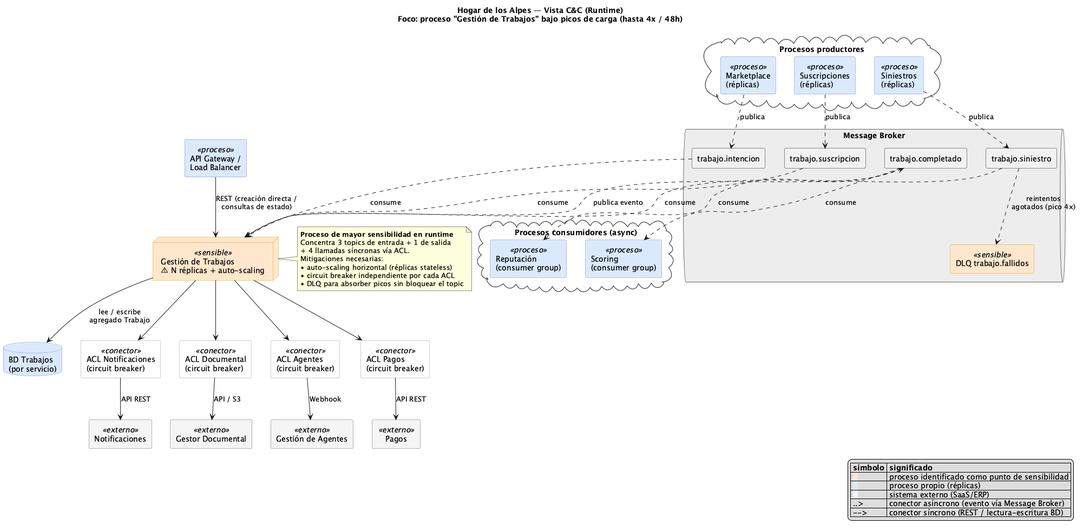
Above: experimento-arquitectura/contexto/diagramas/06-vista-cyc.png in ftaboadar/HDA (PlantUML), before the change.
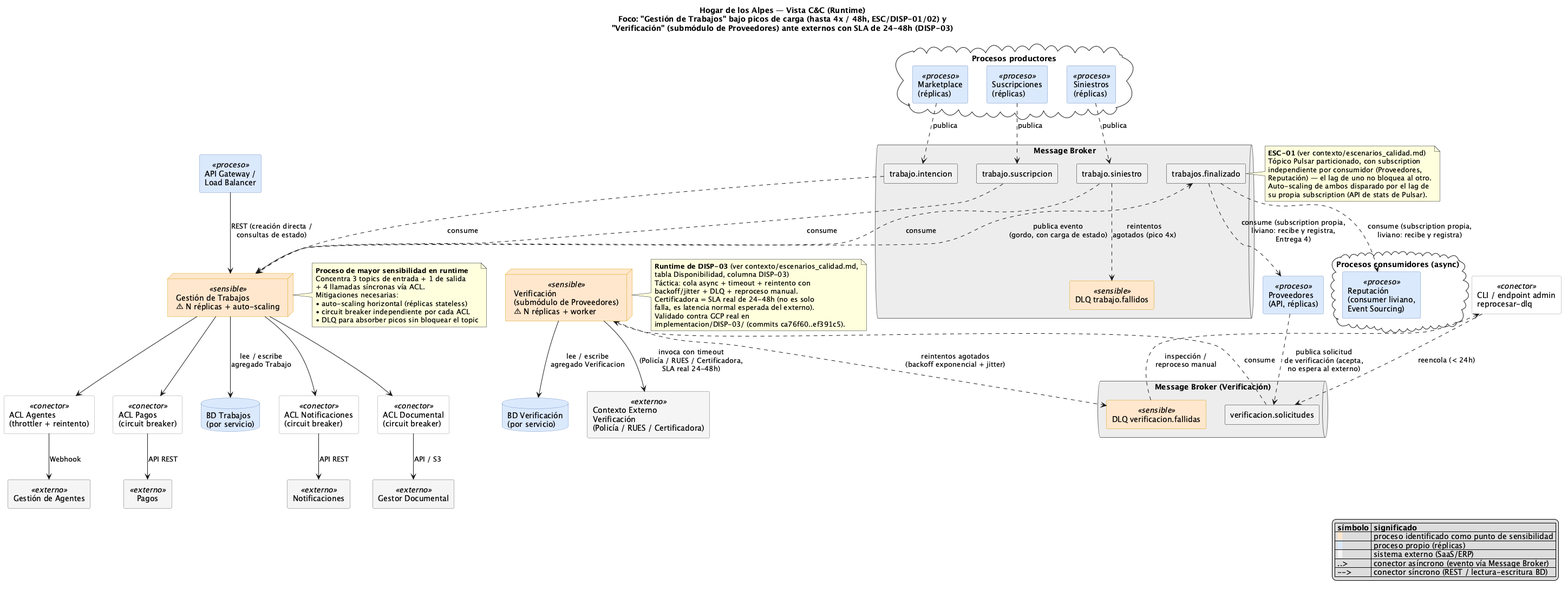
After the change.

Diff of the diagram source:
```diff
@@ -25,7 +25,7 @@
   BorderColor #6C8EBF
 }
 
-title Hogar de los Alpes — Vista C&C (Runtime)\nFoco: proceso "Gestión de Trabajos" bajo picos de carga (hasta 4x / 48h)
+title Hogar de los Alpes — Vista C&C (Runtime)\nFoco: "Gestión de Trabajos" bajo picos de carga (hasta 4x / 48h, ESC/DISP-01/02) y\n"Verificación" (submódulo de Proveedores) ante externos con SLA de 24-48h (DISP-03)
 
 cloud "Procesos productores" {
   component "Marketplace\n(réplicas)" as MKT <<proceso>>
@@ -39,7 +39,7 @@
   component "trabajo.intencion" as T1
   component "trabajo.siniestro" as T2
   component "trabajo.suscripcion" as T3
-  component "trabajo.completado" as T4
+  component "trabajos.finalizado" as T4
   component "DLQ trabajo.fallidos" as DLQ <<sensible>>
 }
 
@@ -48,7 +48,7 @@
 
 component "ACL Notificaciones\n(circuit breaker)" as ACL1 <<conector>>
 component "ACL Documental\n(circuit breaker)" as ACL2 <<conector>>
-component "ACL Agentes\n(circuit breaker)" as ACL3 <<conector>>
+component "ACL Agentes\n(throttler + reintento)" as ACL3 <<conector>>
 component "ACL Pagos\n(circuit breaker)" as ACL4 <<conector>>
 
 component "Notificaciones" as NOT <<externo>>
@@ -57,9 +57,40 @@
 component "Pagos" as PAG <<externo>>
 
 cloud "Procesos consumidores (async)" {
-  component "Reputación\n(consumer group)" as REP <<proceso>>
-  component "Scoring\n(consumer group)" as SCR <<proceso>>
+  component "Reputación\n(consumer liviano,\nEvent Sourcing)" as REP <<proceso>>
 }
+
+component "Proveedores\n(API, réplicas)" as PRV <<proceso>>
+node "Verificación\n(submódulo de Proveedores)\n⚠ N réplicas + worker" as VERIF <<sensible>>
+database "BD Verificación\n(por servicio)" as DBV
+
+queue "Message Broker (Verificación)" {
+  component "verificacion.solicitudes" as VQ
+  component "DLQ verificacion.fallidas" as VDLQ <<sensible>>
+}
+
+component "CLI / endpoint admin\nreprocesar-dlq" as VCLI <<conector>>
+
+component "Contexto Externo\nVerificación\n(Policía / RUES / Certificadora)" as VEXT <<externo>>
+
+PRV ..> VQ : publica solicitud\nde verificación (acepta,\nno espera al externo)
+VQ ..> VERIF : consume
+VERIF --> VEXT : invoca con timeout\n(Policía / RUES / Certificadora,\nSLA real 24-48h)
+VERIF ..> VDLQ : reintentos agotados\n(backoff exponencial + jitter)
+VDLQ ..> VCLI : inspección /\nreproceso manual
+VCLI ..> VQ : reencola (< 24h)
+VERIF --> DBV : lee / escribe\nagregado Verificacion
+
+note right of VERIF
+  **Runtime de DISP-03** (ver contexto/escenarios_calidad.md,
+  tabla Disponibilidad, columna DISP-03)
+  Táctica: cola async + timeout + reintento con
+  backoff/jitter + DLQ + reproceso manual.
+  Certificadora = SLA real de 24-48h (no es solo
+  falla, es latencia normal esperada del externo).
+  Validado contra GCP real en
+  implementacion/DISP-03/ (commits ca76f60..ef391c5).
+end note
 
 MKT ..> T1 : publica
 SIN ..> T2 : publica
@@ -72,9 +103,18 @@
 T2 ..> DLQ : reintentos\nagotados (pico 4x)
 
 GT --> DB : lee / escribe\nagregado Trabajo
-GT ..> T4 : publica evento
-T4 ..> REP : consume
-T4 ..> SCR : consume
+GT ..> T4 : publica evento\n(gordo, con carga de estado)
+T4 ..> REP : consume (subscription propia,\nliviano: recibe y registra)
+T4 ..> PRV : consume (subscription propia,\nliviano: recibe y registra,\nEntrega 4)
+
+note right of T4
+  **ESC-01** (ver contexto/escenarios_calidad.md)
+  Tópico Pulsar particionado, con subscription
+  independiente por consumidor (Proveedores,
+  Reputación) — el lag de uno no bloquea al otro.
+  Auto-scaling de ambos disparado por el lag de
+  su propia subscription (API de stats de Pulsar).
+end note
 
 GT --> ACL1
 GT --> ACL2
```
